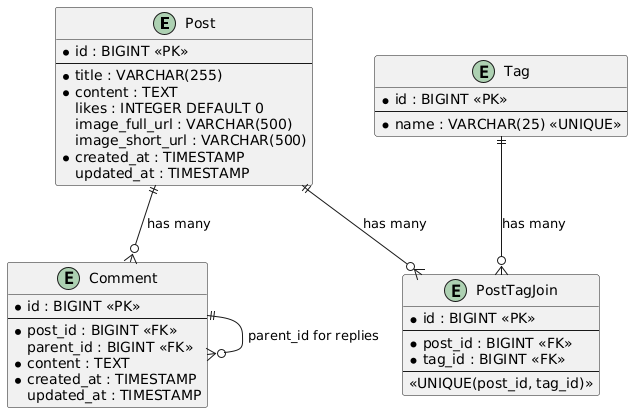
Before: src/main/diagrams/generated/er-diagram.png, a diagram exported from PlantUML (ksa-git-01/middle-java-sprint-3).
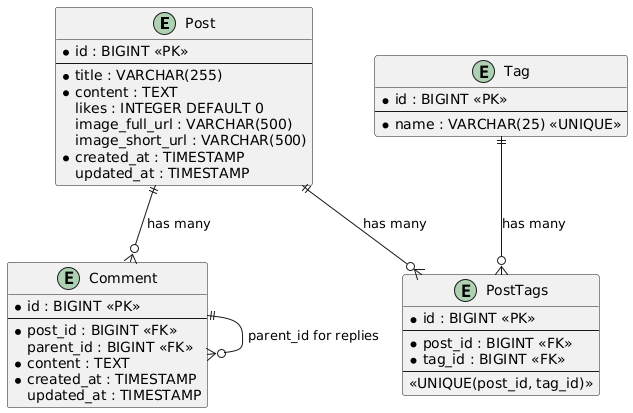
Above is the later version.

Commit message:
Auto-generate PlantUML diagrams [skip ci]

The edit, as a diff of the source:
```diff
@@ -27,7 +27,7 @@
   * name : VARCHAR(25) <<UNIQUE>>
 }
 
-entity PostTagJoin {
+entity PostTags {
   * id : BIGINT <<PK>>
   --
   * post_id : BIGINT <<FK>>
@@ -37,8 +37,8 @@
 }
 
 Post ||--o{ Comment : "has many"
-Post ||--o{ PostTagJoin : "has many"
-Tag ||--o{ PostTagJoin : "has many"
+Post ||--o{ PostTags : "has many"
+Tag ||--o{ PostTags : "has many"
 Comment ||--o{ Comment : "parent_id for replies"
 
 @enduml
```
